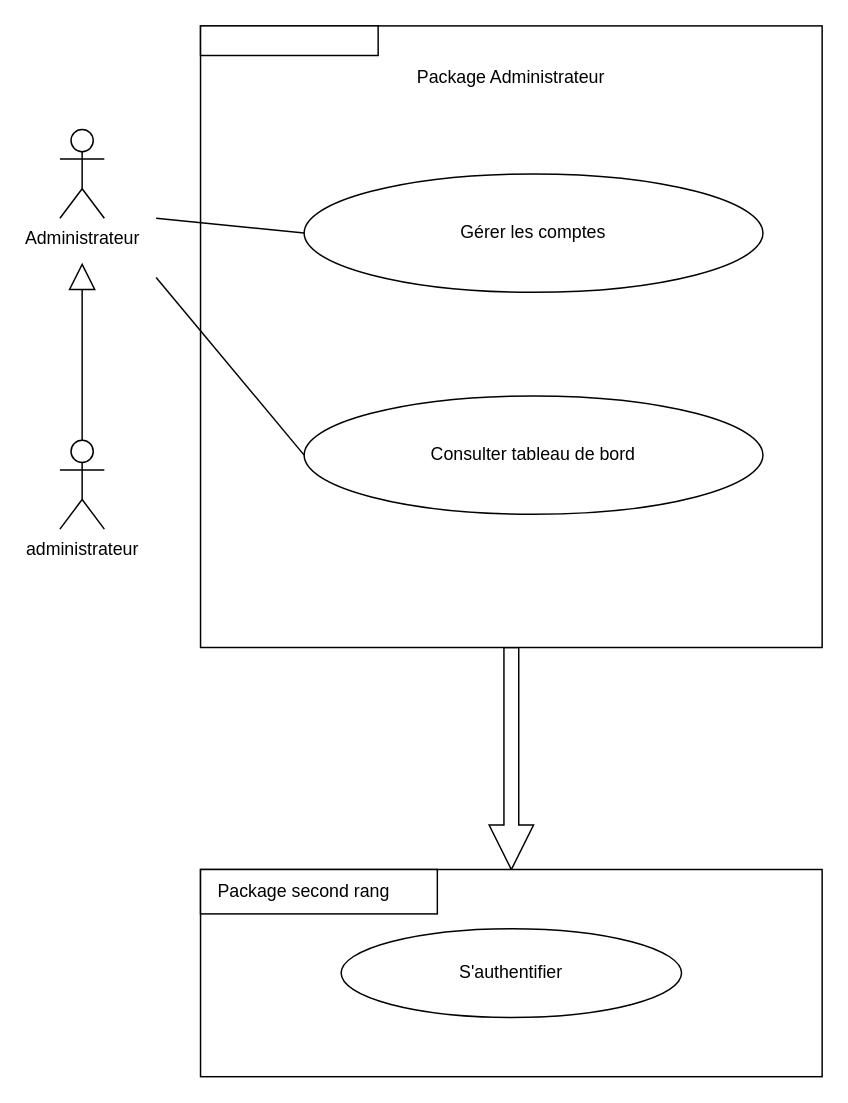
The draw.io diagram cugAdministrateur.drawio in AbdelazizBs/GPAO-SpringApp, before the edit. Source tidied: cells renumbered, new cells numbered last; positions are measured from the earlier drawing's top-left corner, leaving out a move shared by most shapes. Both pictures are drawn from the tidied source at 148%, with x=0, y=0 at pixel (59, 25).
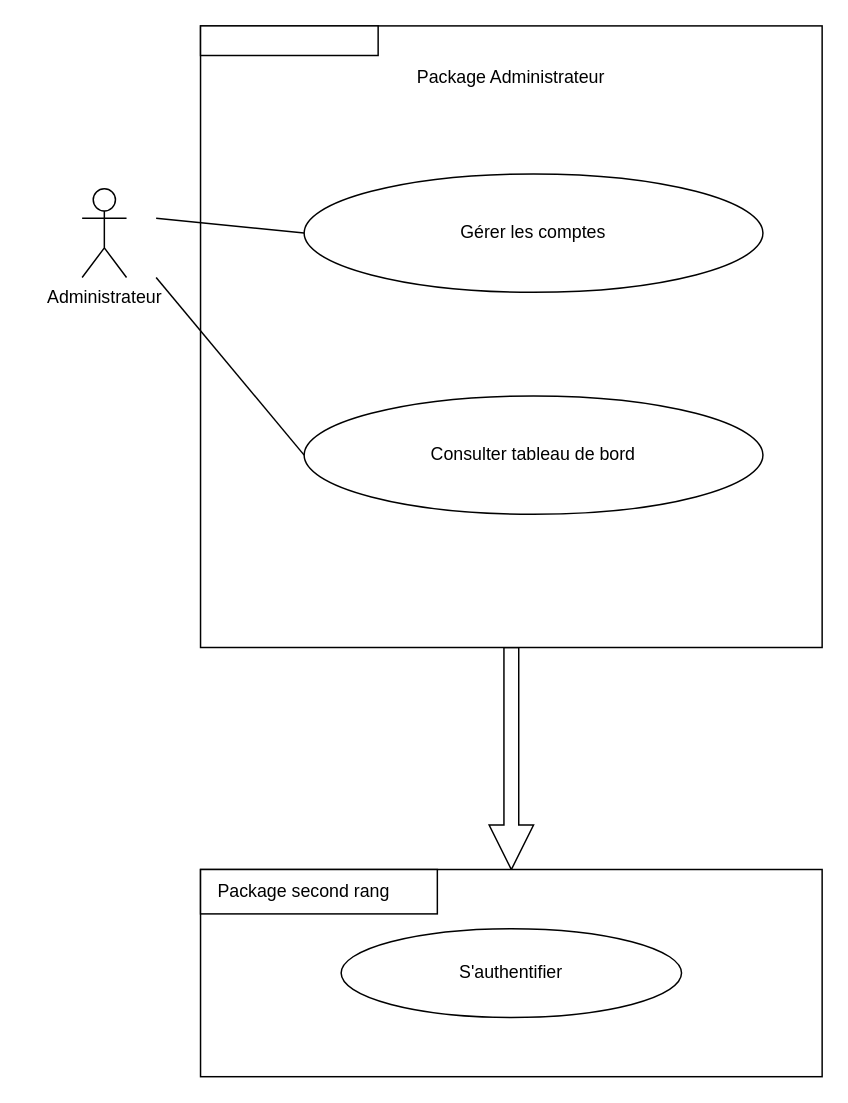
After the change.

Commit message (it also covers changes not shown here):
Mettre à jour cugAdministrateur.drawio

Diff of the diagram source:
```diff
@@
 <mxGraphModel>
   <root>
     <mxCell id="0" />
     <mxCell id="1" parent="0" />
     <mxCell id="2" style="edgeStyle=orthogonalEdgeStyle;rounded=0;jettySize=auto;html=1;shadow=0;shape=arrow;" parent="1" edge="1" source="3">
       <mxGeometry relative="1" as="geometry">
         <mxPoint x="305" y="570" as="targetPoint" />
       </mxGeometry>
     </mxCell>
     <mxCell id="3" style="rounded=0;whiteSpace=wrap;html=1;" parent="1" vertex="1">
       <mxGeometry x="95" width="420" height="420" as="geometry" />
     </mxCell>
     <mxCell id="4" value="Package Administrateur" style="text;html=1;strokeColor=none;fillColor=none;align=center;verticalAlign=middle;whiteSpace=wrap;rounded=0;" parent="1" vertex="1">
       <mxGeometry x="195" y="20" width="220" height="30" as="geometry" />
     </mxCell>
     <mxCell id="5" style="rounded=0;whiteSpace=wrap;html=1;" parent="1" vertex="1">
       <mxGeometry x="95" width="120" height="20" as="geometry" />
     </mxCell>
     <mxCell id="6" value="Administrateur" style="shape=umlActor;verticalLabelPosition=bottom;verticalAlign=top;html=1;" parent="1" vertex="1">
-      <mxGeometry y="70" width="30" height="60" as="geometry" />
+      <mxGeometry x="15" y="110" width="30" height="60" as="geometry" />
     </mxCell>
-    <mxCell id="7" style="edgeStyle=orthogonalEdgeStyle;rounded=0;jettySize=auto;html=1;endArrow=block;endFill=0;endSize=16;" parent="1" edge="1" source="8">
-      <mxGeometry relative="1" as="geometry">
-        <mxPoint x="15" y="160" as="targetPoint" />
-      </mxGeometry>
-    </mxCell>
-    <mxCell id="8" value="administrateur" style="shape=umlActor;verticalLabelPosition=bottom;verticalAlign=top;html=1;outlineConnect=0;" parent="1" vertex="1">
-      <mxGeometry y="280" width="30" height="60" as="geometry" />
-    </mxCell>
     <mxCell id="9" value="Gérer les comptes" style="ellipse;whiteSpace=wrap;html=1;" parent="1" vertex="1">
       <mxGeometry x="165" y="100" width="310" height="80" as="geometry" />
     </mxCell>
     <mxCell id="10" value="&lt;span style=&quot;white-space: pre;&quot;&gt;&#9;&lt;/span&gt;" style="rounded=0;whiteSpace=wrap;html=1;" parent="1" vertex="1">
       <mxGeometry x="95" y="570" width="420" height="140" as="geometry" />
     </mxCell>
     <mxCell id="11" style="rounded=0;whiteSpace=wrap;html=1;" parent="1" vertex="1">
       <mxGeometry x="95" y="570" width="160" height="30" as="geometry" />
     </mxCell>
     <mxCell id="12" value="Package second rang" style="text;html=1;strokeColor=none;fillColor=none;align=center;verticalAlign=middle;whiteSpace=wrap;rounded=0;" parent="1" vertex="1">
       <mxGeometry x="95" y="570" width="140" height="30" as="geometry" />
     </mxCell>
     <mxCell id="13" value="S'authentifier" style="ellipse;whiteSpace=wrap;html=1;" parent="1" vertex="1">
       <mxGeometry x="190" y="610" width="230" height="60" as="geometry" />
     </mxCell>
     <mxCell id="14" style="endArrow=none;html=1;rounded=0;entryX=0;entryY=0.5;entryDx=0;entryDy=0;" parent="1" edge="1" target="9">
       <mxGeometry relative="1" as="geometry">
         <mxPoint x="65" y="130" as="sourcePoint" />
       </mxGeometry>
     </mxCell>
     <mxCell id="15" value="Consulter tableau de bord" style="ellipse;whiteSpace=wrap;html=1;" parent="1" vertex="1">
       <mxGeometry x="165" y="250" width="310" height="80" as="geometry" />
     </mxCell>
     <mxCell id="16" style="endArrow=none;html=1;rounded=0;entryX=0;entryY=0.5;entryDx=0;entryDy=0;" parent="1" edge="1" target="15">
       <mxGeometry relative="1" as="geometry">
         <mxPoint x="65" y="170" as="sourcePoint" />
       </mxGeometry>
     </mxCell>
   </root>
 </mxGraphModel>
```
